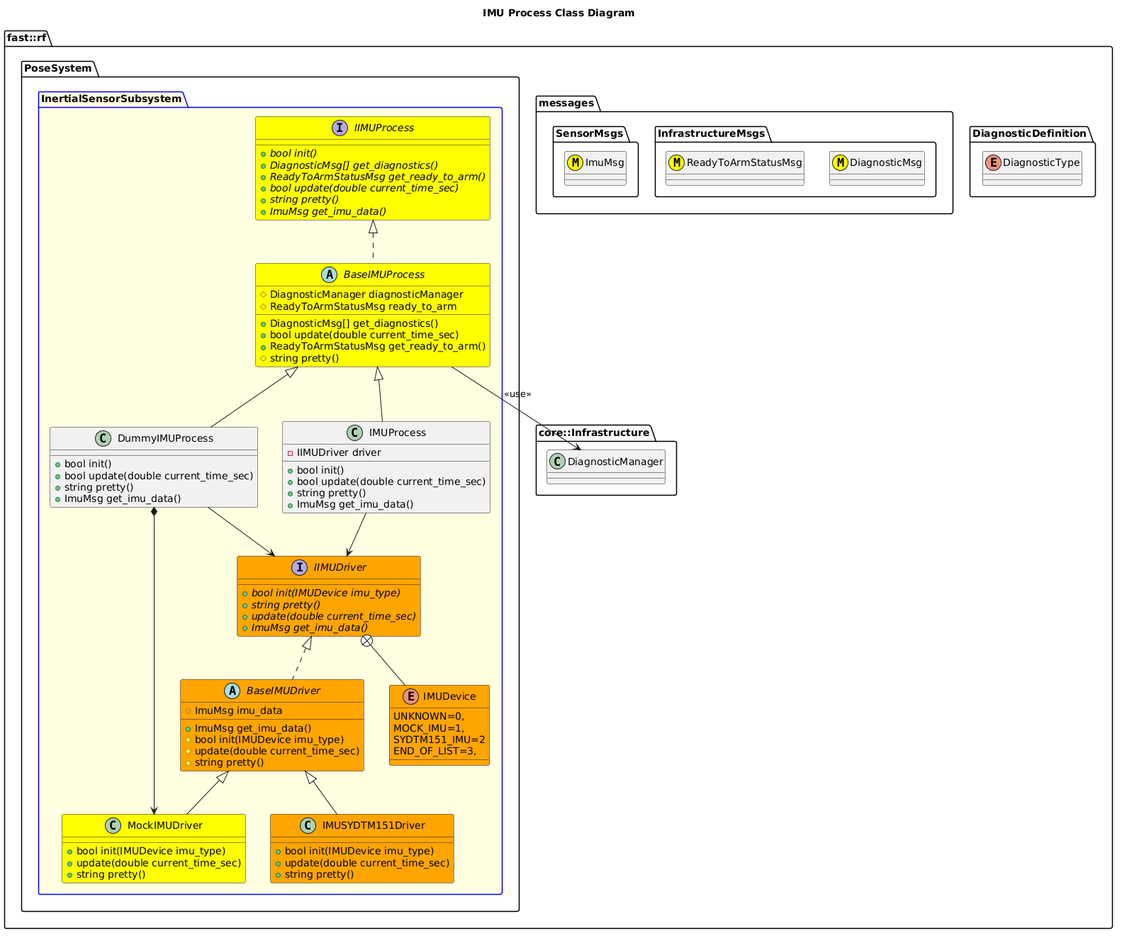
fastrobotics/robot_framework keeps this PlantUML diagram as Systems/Pose/Subsystems/InertialSensor/Processes/IMU/doc/puml/IMUProcessClassDiagram.png. Above is the earlier version. Its diagram source:
```plantuml
@startuml
title IMU Process Class Diagram

namespace fast::rf {
  namespace DiagnosticDefinition {
    enum DiagnosticType
  }
  namespace messages {
    namespace InfrastructureMsgs {
      class DiagnosticMsg <<(M,#FFFF00)>>
      class ReadyToArmStatusMsg <<(M,#FFFF00)>>
    }
    namespace SensorMsgs {
      class ImuMsg <<(M,#FFFF00)>>
    }
  }
  namespace core::Infrastructure {
    class DiagnosticManager
  }
  namespace PoseSystem {
    package InertialSensorSubsystem #LightYellow;line:blue {
        interface IIMUProcess #Yellow {
          +{abstract} bool init()
          +{abstract} DiagnosticMsg[] get_diagnostics()
          +{abstract} ReadyToArmStatusMsg get_ready_to_arm()
          +{abstract} bool update(double current_time_sec)
          +{abstract} string pretty()
          +{abstract} ImuMsg get_imu_data()
        }
        abstract BaseIMUProcess #Yellow {
          +DiagnosticMsg[] get_diagnostics()
          +bool update(double current_time_sec)
          +ReadyToArmStatusMsg get_ready_to_arm()
          #string pretty()
          #DiagnosticManager diagnosticManager
          #ReadyToArmStatusMsg ready_to_arm

        }
        BaseIMUProcess .up.|> IIMUProcess
        BaseIMUProcess --> DiagnosticManager: <<use>>

        enum IMUDevice #Orange {
          UNKNOWN=0,
          MOCK_IMU=1,
          SYDTM151_IMU=2
          END_OF_LIST=3,
        }
        interface IIMUDriver #Orange {
          +{abstract} bool init(IMUDevice imu_type)
          +{abstract} string pretty()
          +{abstract} update(double current_time_sec)
          +{abstract} ImuMsg get_imu_data()
        }
        IIMUDriver +-- IMUDevice
        abstract BaseIMUDriver #Orange {
          +ImuMsg get_imu_data()
          #bool init(IMUDevice imu_type)
          #update(double current_time_sec)
          #string pretty()
          #ImuMsg imu_data
        }
        BaseIMUDriver .up.|> IIMUDriver

        class MockIMUDriver #Yellow {
           +bool init(IMUDevice imu_type)
           +update(double current_time_sec)
           +string pretty()

        }
        MockIMUDriver -up-|> BaseIMUDriver

        class IMUSYDTM151Driver #Orange {
           +bool init(IMUDevice imu_type)
           +update(double current_time_sec)
           +string pretty()
        }
        IMUSYDTM151Driver -up-|> BaseIMUDriver
        class IMUProcess {
          +bool init()
          +bool update(double current_time_sec)
          +string pretty()
          +ImuMsg get_imu_data()
          -IIMUDriver driver
        }
        IMUProcess -up-|> BaseIMUProcess
        IMUProcess --> IIMUDriver
        class DummyIMUProcess {
          +bool init()
          +bool update(double current_time_sec)
          +string pretty()
          +ImuMsg get_imu_data()
        }
        DummyIMUProcess -up-|> BaseIMUProcess
        DummyIMUProcess --> IIMUDriver
        DummyIMUProcess *-> MockIMUDriver
    }
  }
}
@enduml
```
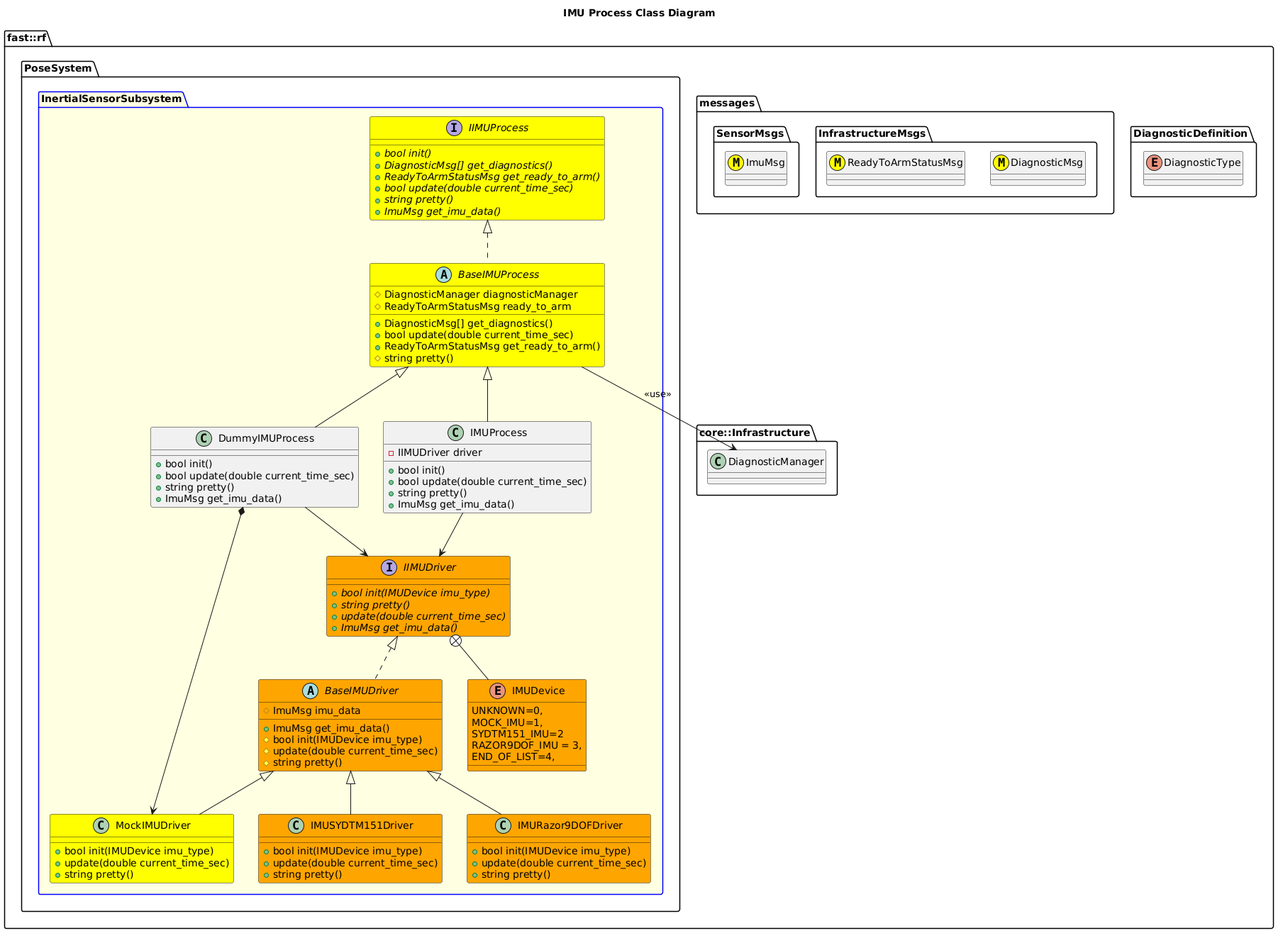
After the change.

Diff of the diagram source:
```diff
@@ -43,7 +43,8 @@
           UNKNOWN=0,
           MOCK_IMU=1,
           SYDTM151_IMU=2
-          END_OF_LIST=3,
+          RAZOR9DOF_IMU = 3,
+          END_OF_LIST=4,
         }
         interface IIMUDriver #Orange {
           +{abstract} bool init(IMUDevice imu_type)
@@ -75,6 +76,12 @@
            +string pretty()
         }
         IMUSYDTM151Driver -up-|> BaseIMUDriver
+        class IMURazor9DOFDriver #Orange {
+           +bool init(IMUDevice imu_type)
+           +update(double current_time_sec)
+           +string pretty()
+        }
+        IMURazor9DOFDriver -up-|> BaseIMUDriver
         class IMUProcess {
           +bool init()
           +bool update(double current_time_sec)
```
